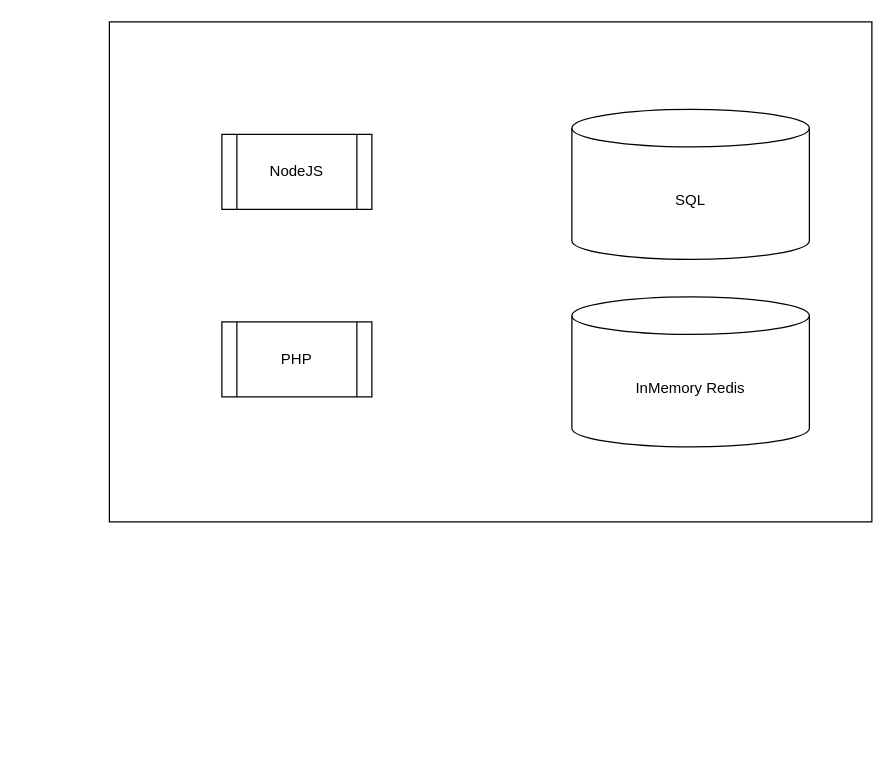
Earlier version of the draw.io diagram page "Сторінка-3" (3 of 3) of Azure.drawio (ninydev/-121_-). Source tidied: cells renumbered, new cells numbered last; positions are measured from the earlier drawing's top-left corner, leaving out a move shared by most shapes. Both pictures are drawn from the tidied source at 125%, with x=0, y=0 at pixel (109, 21).
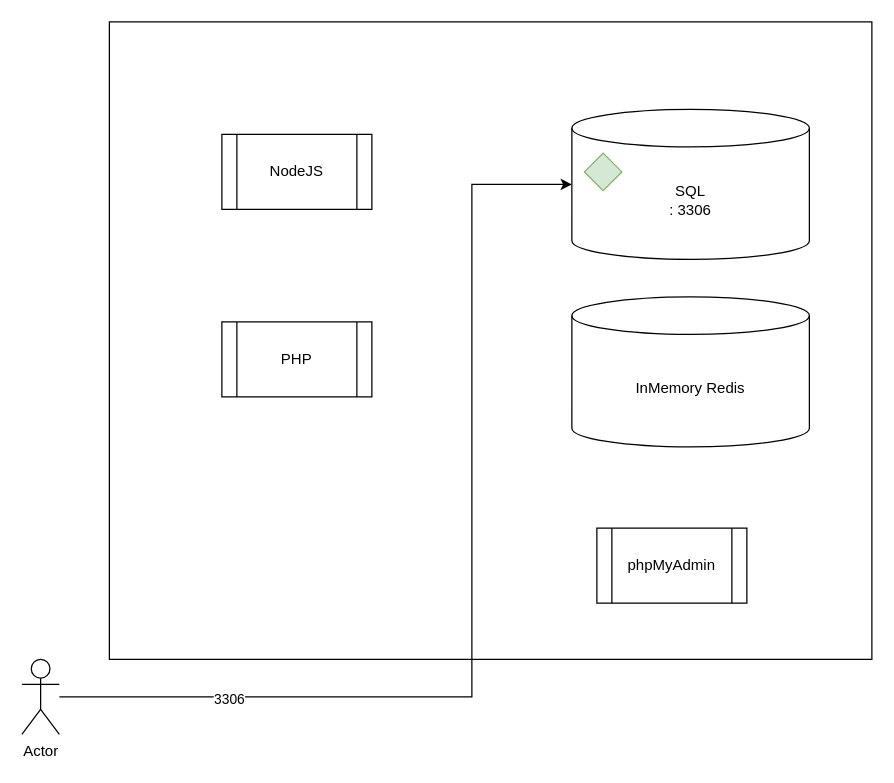
Above is the later version.

Diff of the diagram source:
```diff
@@
 <mxGraphModel>
   <root>
     <mxCell id="0" />
     <mxCell id="1" parent="0" />
     <mxCell id="2" style="rounded=0;whiteSpace=wrap;html=1;" parent="1" vertex="1">
-      <mxGeometry width="610" height="400" as="geometry" />
+      <mxGeometry width="610" height="510" as="geometry" />
     </mxCell>
-    <mxCell id="3" value="SQL" style="shape=cylinder3;whiteSpace=wrap;html=1;boundedLbl=1;backgroundOutline=1;size=15;" parent="1" vertex="1">
+    <mxCell id="3" value="SQL&lt;br&gt;: 3306" style="shape=cylinder3;whiteSpace=wrap;html=1;boundedLbl=1;backgroundOutline=1;size=15;" parent="1" vertex="1">
       <mxGeometry x="370" y="70" width="190" height="120" as="geometry" />
     </mxCell>
     <mxCell id="4" value="InMemory Redis" style="shape=cylinder3;whiteSpace=wrap;html=1;boundedLbl=1;backgroundOutline=1;size=15;" parent="1" vertex="1">
       <mxGeometry x="370" y="220" width="190" height="120" as="geometry" />
     </mxCell>
     <mxCell id="5" value="NodeJS" style="shape=process;whiteSpace=wrap;html=1;backgroundOutline=1;" parent="1" vertex="1">
       <mxGeometry x="90" y="90" width="120" height="60" as="geometry" />
     </mxCell>
     <mxCell id="6" value="PHP" style="shape=process;whiteSpace=wrap;html=1;backgroundOutline=1;" parent="1" vertex="1">
       <mxGeometry x="90" y="240" width="120" height="60" as="geometry" />
     </mxCell>
+    <mxCell id="7" style="rhombus;whiteSpace=wrap;html=1;fillColor=#d5e8d4;strokeColor=#82b366;" parent="1" vertex="1">
+      <mxGeometry x="380" y="105" width="30" height="30" as="geometry" />
+    </mxCell>
+    <mxCell id="8" value="Actor" style="shape=umlActor;verticalLabelPosition=bottom;verticalAlign=top;html=1;outlineConnect=0;" parent="1" vertex="1">
+      <mxGeometry x="-70" y="510" width="30" height="60" as="geometry" />
+    </mxCell>
+    <mxCell id="9" style="edgeStyle=orthogonalEdgeStyle;rounded=0;jettySize=auto;html=1;entryX=0;entryY=0.5;entryDx=0;entryDy=0;entryPerimeter=0;" parent="1" edge="1" source="8" target="3">
+      <mxGeometry relative="1" as="geometry">
+        <Array as="points">
+          <mxPoint x="290" y="540" />
+          <mxPoint x="290" y="130" />
+        </Array>
+      </mxGeometry>
+    </mxCell>
+    <mxCell id="10" value="3306" style="edgeLabel;html=1;align=center;verticalAlign=middle;" parent="9" vertex="1">
+      <mxGeometry x="-0.67" y="-1" relative="1" as="geometry" />
+    </mxCell>
+    <mxCell id="11" value="phpMyAdmin" style="shape=process;whiteSpace=wrap;html=1;backgroundOutline=1;" parent="1" vertex="1">
+      <mxGeometry x="390" y="405" width="120" height="60" as="geometry" />
+    </mxCell>
   </root>
 </mxGraphModel>
```
